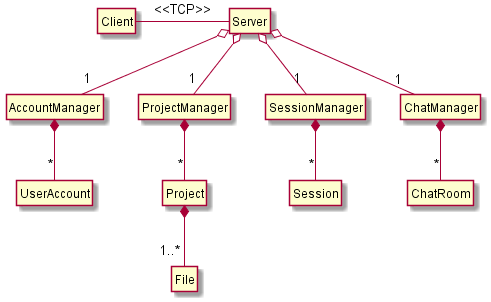
Above: Class Diagrams/server_overview.png in voxelv/sQuire_kw (PlantUML), before the change. Its diagram source:
```plantuml
@startuml
hide circle
hide empty members

class "Client" as sq

class "Server" as sqs

	class "AccountManager" as sqs_ua_m
		class "UserAccount" as sqs_ua

	class "ProjectManager" as sqs_pr_m
		class "Project" as sqs_pr
			class "File" as sqs_fi

	class "SessionManager" as sqs_se_m
		class "Session" as sqs_se

	class "ChatManager" as sqs_ch_m
		class "ChatRoom" as sqs_ch_rm

sq -right- sqs : <<TCP>>

sqs o-- "1" sqs_pr_m
	sqs_pr_m *-- "*" sqs_pr
		sqs_pr *-- "1..*" sqs_fi
sqs o-- "1" sqs_ua_m
	sqs_ua_m *-- "*" sqs_ua
sqs o-- "1" sqs_ch_m
	sqs_ch_m *-- "*" sqs_ch_rm
sqs o-- "1" sqs_se_m
	sqs_se_m *-- "*" sqs_se






@enduml
```
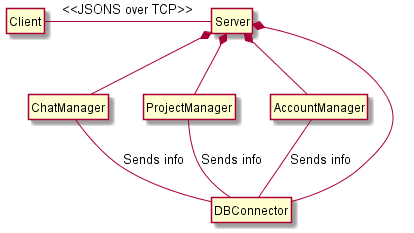
The same diagram one commit later.

Commit message:
Updated Server Class Diagram

What changed in the source:
```diff
@@ -6,33 +6,24 @@
 
 class "Server" as sqs
 
-	class "AccountManager" as sqs_ua_m
-		class "UserAccount" as sqs_ua
+	class "AccountManager" as sqs_acc
 
-	class "ProjectManager" as sqs_pr_m
-		class "Project" as sqs_pr
-			class "File" as sqs_fi
+	class "ProjectManager" as sqs_proj
 
-	class "SessionManager" as sqs_se_m
-		class "Session" as sqs_se
+	class "ChatManager" as sqs_chat
 
-	class "ChatManager" as sqs_ch_m
-		class "ChatRoom" as sqs_ch_rm
+	class "DBConnector" as sqs_dbc
 
-sq -right- sqs : <<TCP>>
+sq -right- sqs : <<JSONS over TCP>>
 
-sqs o-- "1" sqs_pr_m
-	sqs_pr_m *-- "*" sqs_pr
-		sqs_pr *-- "1..*" sqs_fi
-sqs o-- "1" sqs_ua_m
-	sqs_ua_m *-- "*" sqs_ua
-sqs o-- "1" sqs_ch_m
-	sqs_ch_m *-- "*" sqs_ch_rm
-sqs o-- "1" sqs_se_m
-	sqs_se_m *-- "*" sqs_se
+sqs *-- sqs_acc
+sqs *-- sqs_proj
+sqs *-- sqs_chat
+sqs *-- sqs_dbc
 
-
-
+sqs_dbc -u- sqs_acc :Sends info
+sqs_dbc -u- sqs_proj :Sends info
+sqs_dbc -u- sqs_chat :Sends info
 
 
 
```
